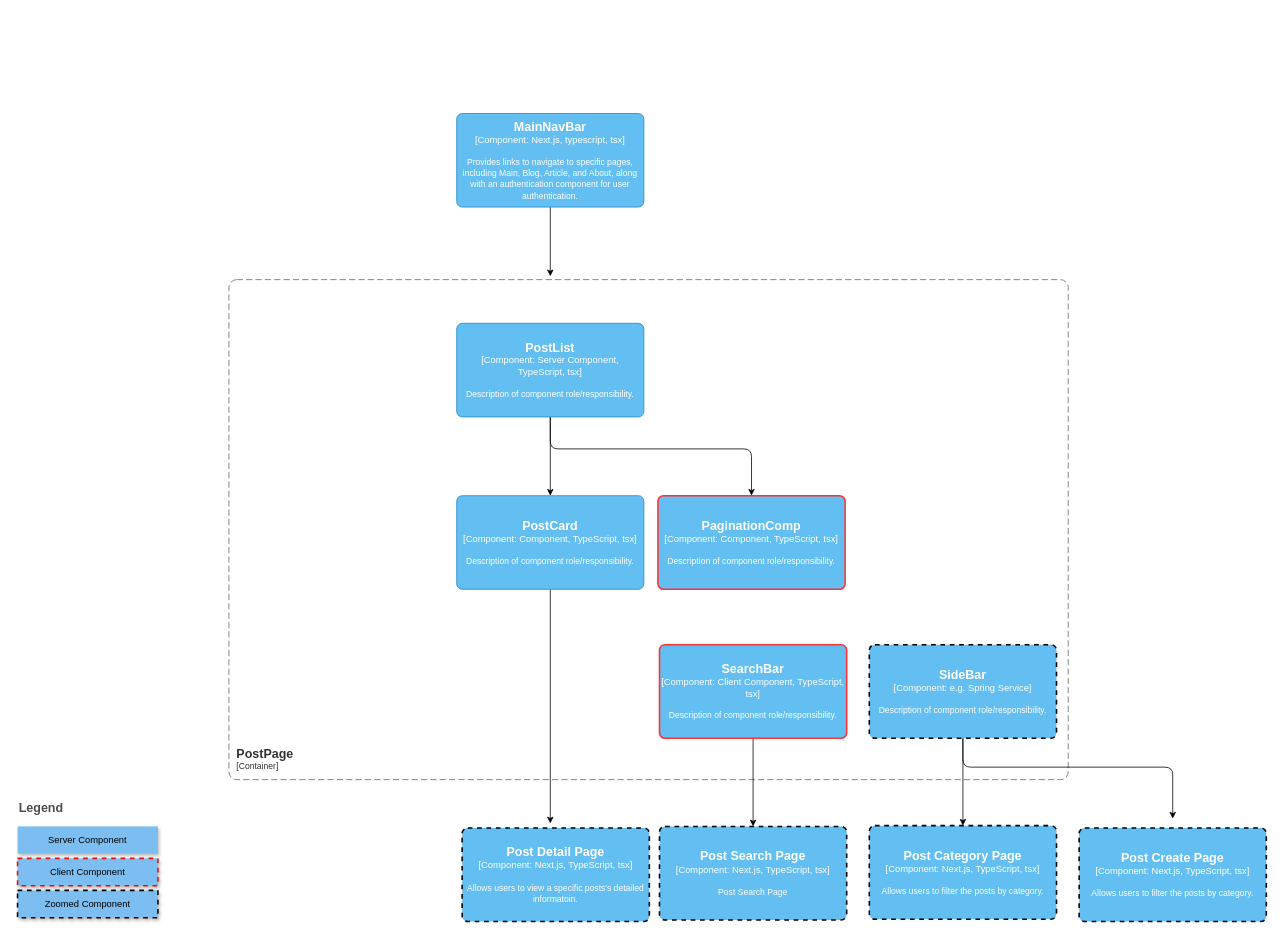
Before: diagrams/Component Level C4 Diagram/PostPage.drawio in hyeonbinHur/bilog, a draw.io diagram. Source tidied: cells renumbered, new cells numbered last; positions are measured from the earlier drawing's top-left corner, leaving out a move shared by most shapes. Both pictures are drawn from the tidied source at 78%, with x=0, y=0 at pixel (17, 113).
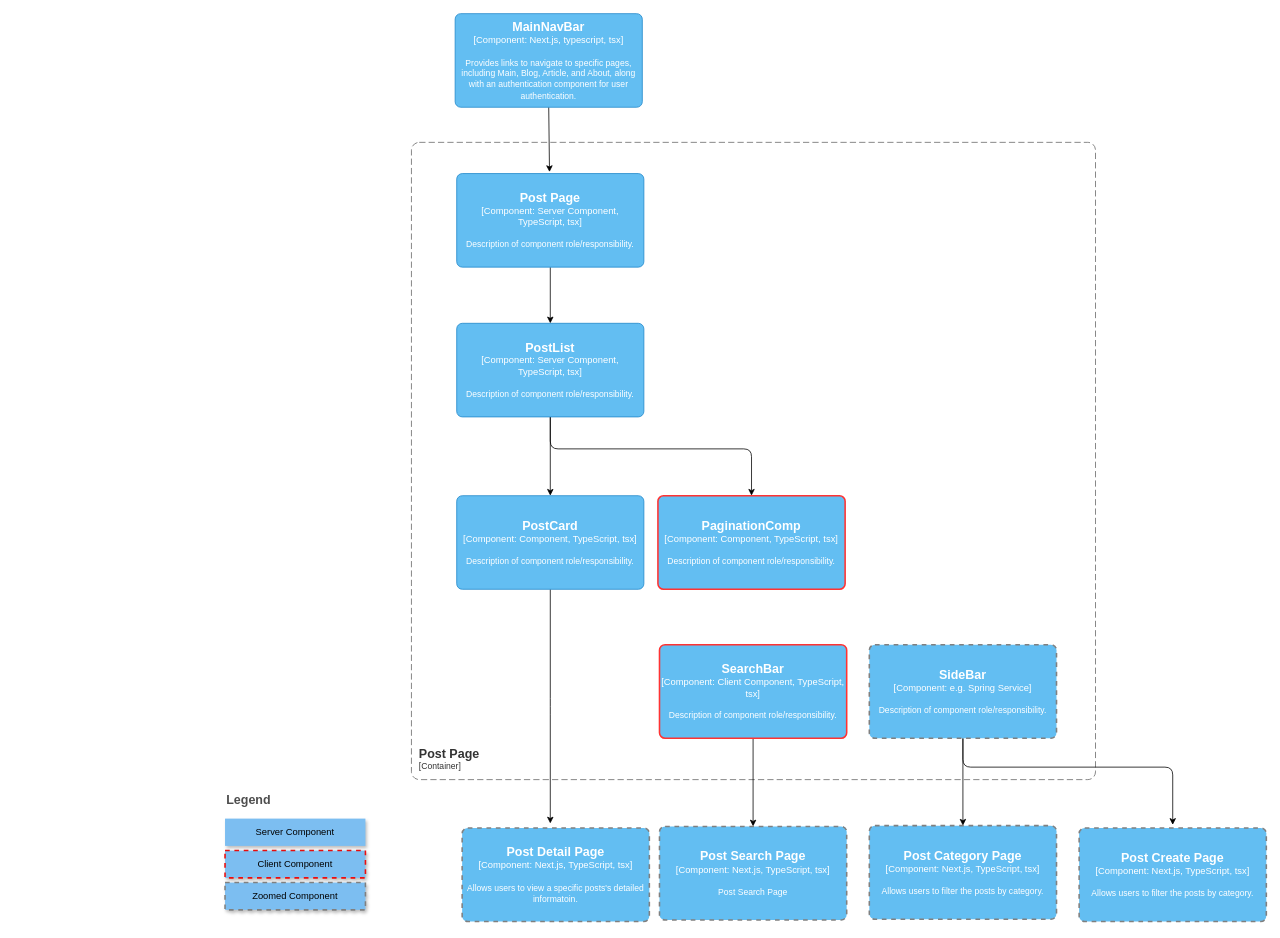
The same diagram, later.

Unchanged cells that the change refers to:
```xml
<object id="6" label="&lt;font style=&quot;font-size: 16px&quot;&gt;&lt;b&gt;%c4Name%&lt;/b&gt;&lt;/font&gt;&lt;div&gt;[%c4Type%: %c4Technology%]&lt;/div&gt;&lt;br&gt;&lt;div&gt;&lt;font style=&quot;font-size: 11px&quot;&gt;%c4Description%&lt;/font&gt;&lt;/div&gt;" c4Description="Description of component role/responsibility." c4Name="SearchBar" c4Technology="Client Component, TypeScript, tsx" c4Type="Component" placeholders="1">
  <mxCell style="rounded=1;whiteSpace=wrap;html=1;labelBackgroundColor=none;fillColor=#63BEF2;fontColor=#ffffff;align=center;arcSize=6;strokeColor=#FF3333;points=[[0.25,0,0],[0.5,0,0],[0.75,0,0],[1,0.25,0],[1,0.5,0],[1,0.75,0],[0.75,1,0],[0.5,1,0],[0.25,1,0],[0,0.75,0],[0,0.5,0],[0,0.25,0]];strokeWidth=2;" parent="1" vertex="1">
    <mxGeometry x="823" y="681" width="240" height="120" as="geometry" />
  </mxCell>
</object>
<object id="12" label="&lt;font style=&quot;font-size: 16px&quot;&gt;&lt;b&gt;%c4Name%&lt;/b&gt;&lt;/font&gt;&lt;div&gt;[%c4Type%: %c4Technology%]&lt;/div&gt;&lt;br&gt;&lt;div&gt;&lt;font style=&quot;font-size: 11px&quot;&gt;%c4Description%&lt;/font&gt;&lt;/div&gt;" c4Description="Description of component role/responsibility." c4Name="PostList" c4Technology="Server Component, TypeScript, tsx" c4Type="Component" placeholders="1">
  <mxCell style="rounded=1;whiteSpace=wrap;html=1;labelBackgroundColor=none;fillColor=#63BEF2;fontColor=#ffffff;align=center;arcSize=6;strokeColor=#2086C9;points=[[0.25,0,0],[0.5,0,0],[0.75,0,0],[1,0.25,0],[1,0.5,0],[1,0.75,0],[0.75,1,0],[0.5,1,0],[0.25,1,0],[0,0.75,0],[0,0.5,0],[0,0.25,0]];" parent="1" vertex="1">
    <mxGeometry x="563" y="269" width="240" height="120" as="geometry" />
  </mxCell>
</object>
<object id="14" label="&lt;font style=&quot;font-size: 16px&quot;&gt;&lt;b&gt;%c4Name%&lt;/b&gt;&lt;/font&gt;&lt;div&gt;[%c4Type%: %c4Technology%]&lt;/div&gt;&lt;br&gt;&lt;div&gt;&lt;font style=&quot;font-size: 11px&quot;&gt;%c4Description%&lt;/font&gt;&lt;/div&gt;" c4Description="Description of component role/responsibility." c4Name="PostCard" c4Technology="Component, TypeScript, tsx" c4Type="Component" placeholders="1">
  <mxCell style="rounded=1;whiteSpace=wrap;html=1;labelBackgroundColor=none;fillColor=#63BEF2;fontColor=#ffffff;align=center;arcSize=6;strokeColor=#2086C9;points=[[0.25,0,0],[0.5,0,0],[0.75,0,0],[1,0.25,0],[1,0.5,0],[1,0.75,0],[0.75,1,0],[0.5,1,0],[0.25,1,0],[0,0.75,0],[0,0.5,0],[0,0.25,0]];" parent="1" vertex="1">
    <mxGeometry x="563" y="490" width="240" height="120" as="geometry" />
  </mxCell>
</object>
<object id="15" label="&lt;font style=&quot;font-size: 16px&quot;&gt;&lt;b&gt;%c4Name%&lt;/b&gt;&lt;/font&gt;&lt;div&gt;[%c4Type%: %c4Technology%]&lt;/div&gt;&lt;br&gt;&lt;div&gt;&lt;font style=&quot;font-size: 11px&quot;&gt;%c4Description%&lt;/font&gt;&lt;/div&gt;" c4Description="Description of component role/responsibility." c4Name="PaginationComp" c4Technology="Component, TypeScript, tsx" c4Type="Component" placeholders="1">
  <mxCell style="rounded=1;whiteSpace=wrap;html=1;labelBackgroundColor=none;fillColor=#63BEF2;fontColor=#ffffff;align=center;arcSize=6;strokeColor=#FF3333;points=[[0.25,0,0],[0.5,0,0],[0.75,0,0],[1,0.25,0],[1,0.5,0],[1,0.75,0],[0.75,1,0],[0.5,1,0],[0.25,1,0],[0,0.75,0],[0,0.5,0],[0,0.25,0]];strokeWidth=2;" parent="1" vertex="1">
    <mxGeometry x="821" y="490" width="240" height="120" as="geometry" />
  </mxCell>
</object>
```

Change to the diagram source:
```diff
@@
-<mxGraphModel>
+<mxGraphModel background="#ffffff">
@@
-    <mxCell id="2" style="edgeStyle=none;html=1;" parent="1" edge="1" source="3">
-      <mxGeometry relative="1" as="geometry">
-        <mxPoint x="683" y="208.7" as="targetPoint" />
-      </mxGeometry>
-    </mxCell>
+    <mxCell id="24" style="edgeStyle=none;html=1;exitX=0.5;exitY=1;exitDx=0;exitDy=0;exitPerimeter=0;strokeColor=#000000;" parent="1" edge="1" source="3">
+      <mxGeometry relative="1" as="geometry">
+        <mxPoint x="682" y="75" as="targetPoint" />
+      </mxGeometry>
+    </mxCell>
     <object id="3" label="&lt;font style=&quot;font-size: 16px&quot;&gt;&lt;b&gt;%c4Name%&lt;/b&gt;&lt;/font&gt;&lt;div&gt;[%c4Type%: %c4Technology%]&lt;/div&gt;&lt;br&gt;&lt;div&gt;&lt;font style=&quot;font-size: 11px&quot;&gt;%c4Description%&lt;/font&gt;&lt;/div&gt;" c4Description="Provides links to navigate to specific pages, including Main, Blog, Article, and About, along with an authentication component for user authentication." c4Name="MainNavBar" c4Technology="Next.js, typescript, tsx" c4Type="Component" placeholders="1">
       <mxCell style="rounded=1;whiteSpace=wrap;html=1;labelBackgroundColor=none;fillColor=#63BEF2;fontColor=#ffffff;align=center;arcSize=6;strokeColor=#2086C9;points=[[0.25,0,0],[0.5,0,0],[0.75,0,0],[1,0.25,0],[1,0.5,0],[1,0.75,0],[0.75,1,0],[0.5,1,0],[0.25,1,0],[0,0.75,0],[0,0.5,0],[0,0.25,0]];" parent="1" vertex="1">
-        <mxGeometry x="563" width="240" height="120" as="geometry" />
+        <mxGeometry x="561" y="-128" width="240" height="120" as="geometry" />
       </mxCell>
     </object>
-    <object id="4" label="&lt;font style=&quot;font-size: 16px&quot;&gt;&lt;b&gt;&lt;div style=&quot;text-align: left&quot;&gt;%c4Name%&lt;/div&gt;&lt;/b&gt;&lt;/font&gt;&lt;div style=&quot;text-align: left&quot;&gt;[%c4Application%]&lt;/div&gt;" c4Application="Container" c4Name="PostPage" placeholders="1">
+    <object id="4" label="&lt;font style=&quot;font-size: 16px&quot;&gt;&lt;b&gt;&lt;div style=&quot;text-align: left&quot;&gt;%c4Name%&lt;/div&gt;&lt;/b&gt;&lt;/font&gt;&lt;div style=&quot;text-align: left&quot;&gt;[%c4Application%]&lt;/div&gt;" c4Application="Container" c4Name="Post Page" placeholders="1">
       <mxCell style="rounded=1;fontSize=11;whiteSpace=wrap;html=1;dashed=1;arcSize=20;fillColor=none;strokeColor=#666666;fontColor=#333333;labelBackgroundColor=none;align=left;verticalAlign=bottom;labelBorderColor=none;spacingTop=0;spacing=10;dashPattern=8 4;perimeter=rectanglePerimeter;noLabel=0;labelPadding=0;absoluteArcSize=1;" parent="1" vertex="1">
-        <mxGeometry x="271" y="213" width="1076" height="641" as="geometry" />
+        <mxGeometry x="505" y="37" width="877" height="817" as="geometry" />
       </mxCell>
     </object>
-    <mxCell id="5" style="edgeStyle=orthogonalEdgeStyle;html=1;entryX=0.5;entryY=0;entryDx=0;entryDy=0;entryPerimeter=0;" parent="1" edge="1" source="6" target="17">
+    <mxCell id="5" style="edgeStyle=orthogonalEdgeStyle;html=1;entryX=0.5;entryY=0;entryDx=0;entryDy=0;entryPerimeter=0;strokeColor=#000000;" parent="1" edge="1" source="6" target="17">
       <mxGeometry relative="1" as="geometry" />
     </mxCell>
@@
-    <mxCell id="7" style="edgeStyle=orthogonalEdgeStyle;html=1;" parent="1" edge="1" source="9" target="18">
+    <mxCell id="7" style="edgeStyle=orthogonalEdgeStyle;html=1;strokeColor=#000000;" parent="1" edge="1" source="9" target="18">
       <mxGeometry relative="1" as="geometry" />
     </mxCell>
-    <mxCell id="8" style="edgeStyle=orthogonalEdgeStyle;html=1;entryX=0.5;entryY=0;entryDx=0;entryDy=0;entryPerimeter=0;" parent="1" edge="1" source="9" target="19">
+    <mxCell id="8" style="edgeStyle=orthogonalEdgeStyle;html=1;strokeColor=#000000;" parent="1" edge="1" source="9">
       <mxGeometry relative="1" as="geometry">
+        <mxPoint x="1481" y="912" as="targetPoint" />
         <Array as="points">
           <mxPoint x="1212" y="838" />
           <mxPoint x="1481" y="838" />
         </Array>
       </mxGeometry>
     </mxCell>
     <object id="9" label="&lt;font style=&quot;font-size: 16px&quot;&gt;&lt;b&gt;%c4Name%&lt;/b&gt;&lt;/font&gt;&lt;div&gt;[%c4Type%: %c4Technology%]&lt;/div&gt;&lt;br&gt;&lt;div&gt;&lt;font style=&quot;font-size: 11px&quot;&gt;%c4Description%&lt;/font&gt;&lt;/div&gt;" c4Description="Description of component role/responsibility." c4Name="SideBar" c4Technology="e.g. Spring Service" c4Type="Component" placeholders="1">
-      <mxCell style="rounded=1;whiteSpace=wrap;html=1;labelBackgroundColor=none;fillColor=#63BEF2;fontColor=#ffffff;align=center;arcSize=6;strokeColor=#000000;points=[[0.25,0,0],[0.5,0,0],[0.75,0,0],[1,0.25,0],[1,0.5,0],[1,0.75,0],[0.75,1,0],[0.5,1,0],[0.25,1,0],[0,0.75,0],[0,0.5,0],[0,0.25,0]];dashed=1;strokeWidth=2;" parent="1" vertex="1">
+      <mxCell style="rounded=1;whiteSpace=wrap;html=1;labelBackgroundColor=none;fillColor=#63BEF2;fontColor=#ffffff;align=center;arcSize=6;strokeColor=#808080;points=[[0.25,0,0],[0.5,0,0],[0.75,0,0],[1,0.25,0],[1,0.5,0],[1,0.75,0],[0.75,1,0],[0.5,1,0],[0.25,1,0],[0,0.75,0],[0,0.5,0],[0,0.25,0]];dashed=1;strokeWidth=2;" parent="1" vertex="1">
         <mxGeometry x="1092" y="681" width="240" height="120" as="geometry" />
       </mxCell>
     </object>
-    <mxCell id="10" style="edgeStyle=orthogonalEdgeStyle;html=1;" parent="1" edge="1" source="12" target="15">
+    <mxCell id="10" style="edgeStyle=orthogonalEdgeStyle;html=1;strokeColor=#000000;" parent="1" edge="1" source="12" target="15">
       <mxGeometry relative="1" as="geometry">
         <Array as="points">
           <mxPoint x="683" y="430" />
           <mxPoint x="941" y="430" />
         </Array>
       </mxGeometry>
     </mxCell>
-    <mxCell id="11" style="edgeStyle=orthogonalEdgeStyle;html=1;" parent="1" edge="1" source="12" target="14">
+    <mxCell id="11" style="edgeStyle=orthogonalEdgeStyle;html=1;strokeColor=#000000;" parent="1" edge="1" source="12" target="14">
       <mxGeometry relative="1" as="geometry" />
     </mxCell>
@@
-    <mxCell id="13" style="edgeStyle=orthogonalEdgeStyle;html=1;" parent="1" edge="1" source="14">
+    <mxCell id="13" style="edgeStyle=orthogonalEdgeStyle;html=1;strokeColor=#000000;" parent="1" edge="1" source="14">
       <mxGeometry relative="1" as="geometry">
         <mxPoint x="683" y="910.2" as="targetPoint" />
       </mxGeometry>
     </mxCell>
@@
     <object id="16" label="&lt;font style=&quot;font-size: 16px&quot;&gt;&lt;b&gt;%c4Name%&lt;/b&gt;&lt;/font&gt;&lt;div&gt;[%c4Type%: %c4Technology%]&lt;/div&gt;&lt;br&gt;&lt;div&gt;&lt;font style=&quot;font-size: 11px&quot;&gt;%c4Description%&lt;/font&gt;&lt;/div&gt;" c4Description="Allows users to view a specific posts's detailed informatoin." c4Name="Post Detail Page" c4Technology="Next.js, TypeScript, tsx" c4Type="Component" placeholders="1">
-      <mxCell style="rounded=1;whiteSpace=wrap;html=1;labelBackgroundColor=none;fillColor=#63BEF2;fontColor=#ffffff;align=center;arcSize=6;strokeColor=#000000;dashed=1;strokeWidth=2;" parent="1" vertex="1">
+      <mxCell style="rounded=1;whiteSpace=wrap;html=1;labelBackgroundColor=none;fillColor=#63BEF2;fontColor=#ffffff;align=center;arcSize=6;strokeColor=#808080;dashed=1;strokeWidth=2;" parent="1" vertex="1">
         <mxGeometry x="570" y="916" width="240" height="120" as="geometry" />
       </mxCell>
     </object>
     <object id="17" label="&lt;font style=&quot;font-size: 16px&quot;&gt;&lt;b&gt;%c4Name%&lt;/b&gt;&lt;/font&gt;&lt;div&gt;[%c4Type%: %c4Technology%]&lt;/div&gt;&lt;br&gt;&lt;div&gt;&lt;font style=&quot;font-size: 11px&quot;&gt;%c4Description%&lt;/font&gt;&lt;/div&gt;" c4Description="Post Search Page" c4Name="Post Search Page" c4Technology="Next.js, TypeScript, tsx" c4Type="Component" placeholders="1">
-      <mxCell style="rounded=1;whiteSpace=wrap;html=1;labelBackgroundColor=none;fillColor=#63BEF2;fontColor=#ffffff;align=center;arcSize=6;strokeColor=#000000;points=[[0.25,0,0],[0.5,0,0],[0.75,0,0],[1,0.25,0],[1,0.5,0],[1,0.75,0],[0.75,1,0],[0.5,1,0],[0.25,1,0],[0,0.75,0],[0,0.5,0],[0,0.25,0]];dashed=1;strokeWidth=2;" parent="1" vertex="1">
+      <mxCell style="rounded=1;whiteSpace=wrap;html=1;labelBackgroundColor=none;fillColor=#63BEF2;fontColor=#ffffff;align=center;arcSize=6;strokeColor=#808080;points=[[0.25,0,0],[0.5,0,0],[0.75,0,0],[1,0.25,0],[1,0.5,0],[1,0.75,0],[0.75,1,0],[0.5,1,0],[0.25,1,0],[0,0.75,0],[0,0.5,0],[0,0.25,0]];dashed=1;strokeWidth=2;" parent="1" vertex="1">
         <mxGeometry x="823" y="914" width="240" height="120" as="geometry" />
       </mxCell>
     </object>
     <object id="18" label="&lt;font style=&quot;font-size: 16px&quot;&gt;&lt;b&gt;%c4Name%&lt;/b&gt;&lt;/font&gt;&lt;div&gt;[%c4Type%: %c4Technology%]&lt;/div&gt;&lt;br&gt;&lt;div&gt;&lt;font style=&quot;font-size: 11px&quot;&gt;%c4Description%&lt;/font&gt;&lt;/div&gt;" c4Description="Allows users to filter the posts by category." c4Name="Post Category Page" c4Technology="Next.js, TypeScript, tsx" c4Type="Component" placeholders="1">
-      <mxCell style="rounded=1;whiteSpace=wrap;html=1;labelBackgroundColor=none;fillColor=#63BEF2;fontColor=#ffffff;align=center;arcSize=6;strokeColor=#000000;points=[[0.25,0,0],[0.5,0,0],[0.75,0,0],[1,0.25,0],[1,0.5,0],[1,0.75,0],[0.75,1,0],[0.5,1,0],[0.25,1,0],[0,0.75,0],[0,0.5,0],[0,0.25,0]];dashed=1;strokeWidth=2;" parent="1" vertex="1">
+      <mxCell style="rounded=1;whiteSpace=wrap;html=1;labelBackgroundColor=none;fillColor=#63BEF2;fontColor=#ffffff;align=center;arcSize=6;strokeColor=#808080;points=[[0.25,0,0],[0.5,0,0],[0.75,0,0],[1,0.25,0],[1,0.5,0],[1,0.75,0],[0.75,1,0],[0.5,1,0],[0.25,1,0],[0,0.75,0],[0,0.5,0],[0,0.25,0]];dashed=1;strokeWidth=2;" parent="1" vertex="1">
         <mxGeometry x="1092" y="913" width="240" height="120" as="geometry" />
       </mxCell>
     </object>
     <object id="19" label="&lt;font style=&quot;font-size: 16px&quot;&gt;&lt;b&gt;%c4Name%&lt;/b&gt;&lt;/font&gt;&lt;div&gt;[%c4Type%: %c4Technology%]&lt;/div&gt;&lt;br&gt;&lt;div&gt;&lt;font style=&quot;font-size: 11px&quot;&gt;%c4Description%&lt;/font&gt;&lt;/div&gt;" c4Description="Allows users to filter the posts by category." c4Name="Post Create Page" c4Technology="Next.js, TypeScript, tsx" c4Type="Component" placeholders="1">
-      <mxCell style="rounded=1;whiteSpace=wrap;html=1;labelBackgroundColor=none;fillColor=#63BEF2;fontColor=#ffffff;align=center;arcSize=6;strokeColor=#000000;points=[[0.25,0,0],[0.5,0,0],[0.75,0,0],[1,0.25,0],[1,0.5,0],[1,0.75,0],[0.75,1,0],[0.5,1,0],[0.25,1,0],[0,0.75,0],[0,0.5,0],[0,0.25,0]];dashed=1;strokeWidth=2;perimeterSpacing=12;" parent="1" vertex="1">
+      <mxCell style="rounded=1;whiteSpace=wrap;html=1;labelBackgroundColor=none;fillColor=#63BEF2;fontColor=#ffffff;align=center;arcSize=6;strokeColor=#808080;points=[[0.25,0,0],[0.5,0,0],[0.75,0,0],[1,0.25,0],[1,0.5,0],[1,0.75,0],[0.75,1,0],[0.5,1,0],[0.25,1,0],[0,0.75,0],[0,0.5,0],[0,0.25,0]];dashed=1;strokeWidth=2;perimeterSpacing=12;" parent="1" vertex="1">
         <mxGeometry x="1361" y="916" width="240" height="120" as="geometry" />
       </mxCell>
     </object>
     <mxCell id="20" value="Legend" style="align=left;fontSize=16;fontStyle=1;strokeColor=none;fillColor=none;fontColor=#4D4D4D;spacingTop=-8;dashed=1;strokeWidth=2;" parent="1" vertex="1">
-      <mxGeometry y="878" width="180" height="30" as="geometry" />
+      <mxGeometry x="266" y="868" width="180" height="30" as="geometry" />
     </mxCell>
     <mxCell id="21" value="Client Component" style="rounded=0;whiteSpace=wrap;html=1;shadow=1;dashed=1;sketch=0;fillStyle=solid;strokeColor=#ec0e0e;strokeWidth=2;fillColor=#7CBEF1;" parent="1" vertex="1">
-      <mxGeometry y="955" width="180" height="35" as="geometry" />
+      <mxGeometry x="266" y="945" width="180" height="35" as="geometry" />
     </mxCell>
-    <mxCell id="22" value="Zoomed Component" style="rounded=0;whiteSpace=wrap;html=1;shadow=1;dashed=1;sketch=0;fillStyle=solid;strokeColor=#000000;strokeWidth=2;fillColor=#7CBEF1;" parent="1" vertex="1">
-      <mxGeometry y="996" width="180" height="35" as="geometry" />
+    <mxCell id="22" value="Zoomed Component" style="rounded=0;whiteSpace=wrap;html=1;shadow=1;dashed=1;sketch=0;fillStyle=solid;strokeColor=#808080;strokeWidth=2;fillColor=#7CBEF1;" parent="1" vertex="1">
+      <mxGeometry x="266" y="986" width="180" height="35" as="geometry" />
     </mxCell>
     <mxCell id="23" value="Server Component" style="rounded=0;whiteSpace=wrap;html=1;shadow=1;dashed=1;sketch=0;fillStyle=solid;strokeColor=none;strokeWidth=2;fillColor=#7CBEF1;" parent="1" vertex="1">
-      <mxGeometry y="914" width="180" height="35" as="geometry" />
+      <mxGeometry x="266" y="904" width="180" height="35" as="geometry" />
     </mxCell>
+    <mxCell id="25" style="edgeStyle=none;html=1;exitX=0.5;exitY=1;exitDx=0;exitDy=0;exitPerimeter=0;entryX=0.5;entryY=0;entryDx=0;entryDy=0;entryPerimeter=0;strokeColor=#000000;" parent="1" edge="1" source="26" target="12">
+      <mxGeometry relative="1" as="geometry" />
+    </mxCell>
+    <object id="26" label="&lt;font style=&quot;font-size: 16px&quot;&gt;&lt;b&gt;%c4Name%&lt;/b&gt;&lt;/font&gt;&lt;div&gt;[%c4Type%: %c4Technology%]&lt;/div&gt;&lt;br&gt;&lt;div&gt;&lt;font style=&quot;font-size: 11px&quot;&gt;%c4Description%&lt;/font&gt;&lt;/div&gt;" c4Description="Description of component role/responsibility." c4Name="Post Page" c4Technology="Server Component, TypeScript, tsx" c4Type="Component" placeholders="1">
+      <mxCell style="rounded=1;whiteSpace=wrap;html=1;labelBackgroundColor=none;fillColor=#63BEF2;fontColor=#ffffff;align=center;arcSize=6;strokeColor=#2086C9;points=[[0.25,0,0],[0.5,0,0],[0.75,0,0],[1,0.25,0],[1,0.5,0],[1,0.75,0],[0.75,1,0],[0.5,1,0],[0.25,1,0],[0,0.75,0],[0,0.5,0],[0,0.25,0]];" parent="1" vertex="1">
+        <mxGeometry x="563" y="77" width="240" height="120" as="geometry" />
+      </mxCell>
+    </object>
```
